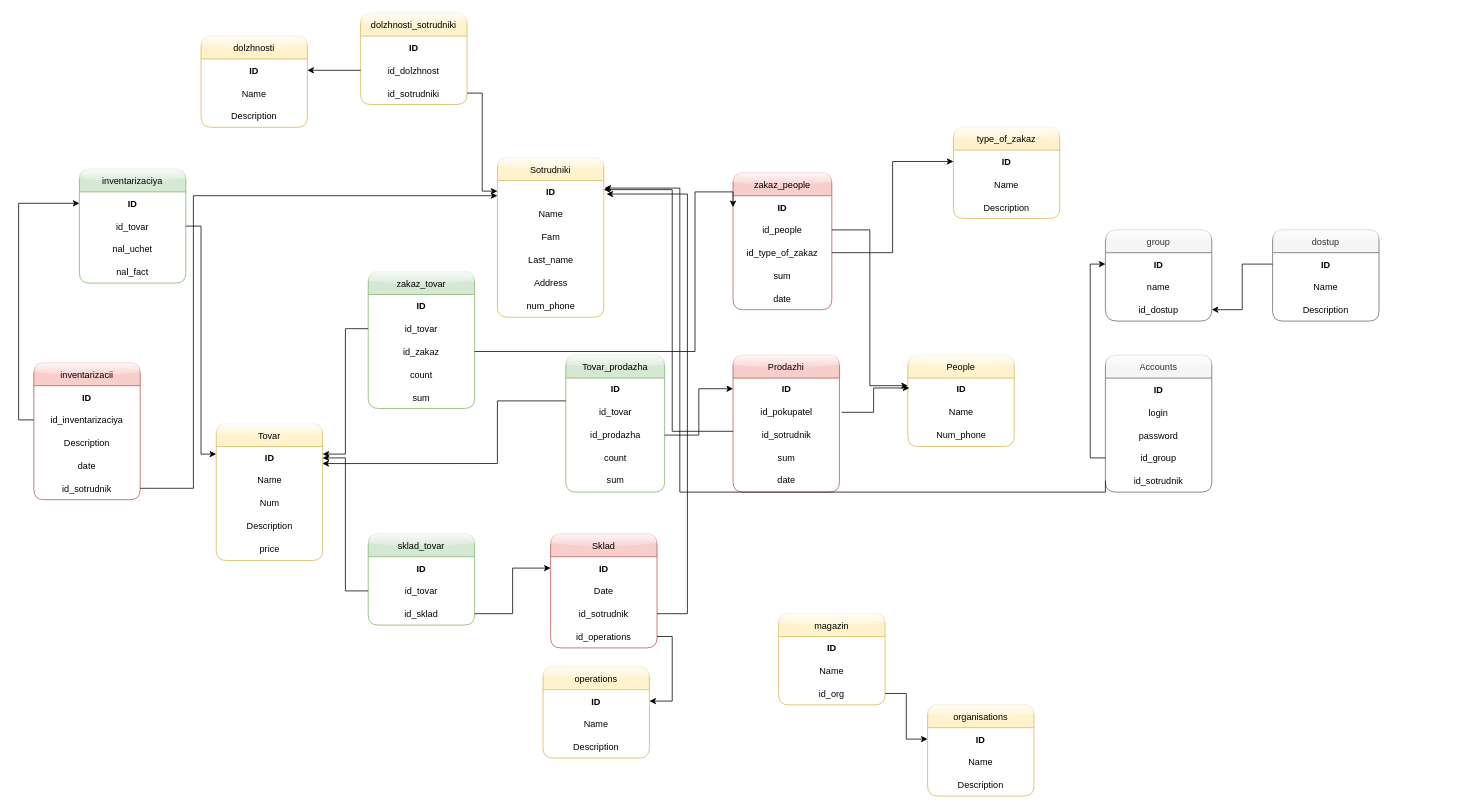
The draw.io diagram Диаграмма без названия.drawio in OGdanik/db_diagrams, before the edit. Source tidied: cells renumbered, new cells numbered last; positions are measured from the earlier drawing's top-left corner, leaving out a move shared by most shapes. Both pictures are drawn from the tidied source at 76%, with x=0, y=0 at pixel (33, 13).
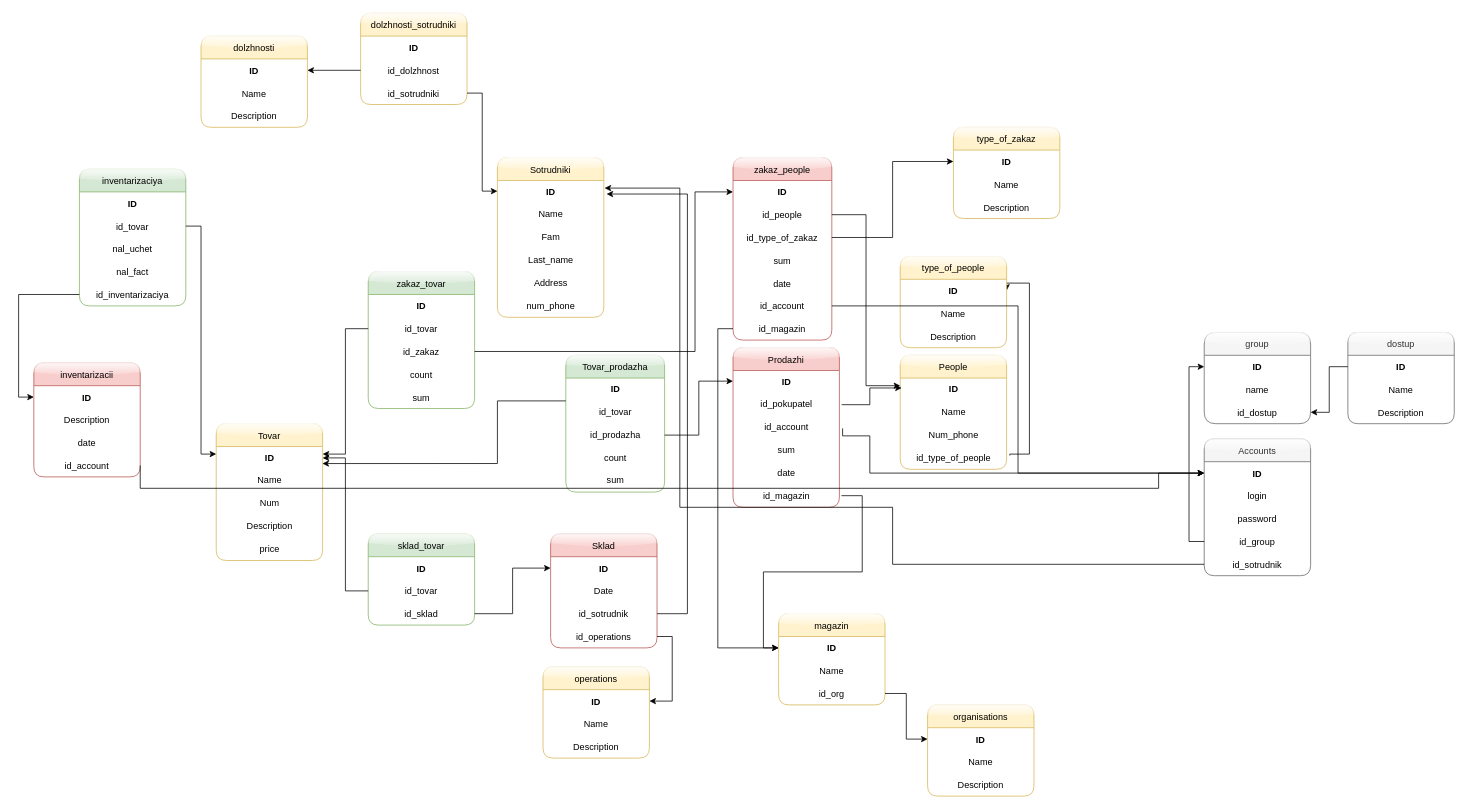
The same diagram, later.

Unchanged cells that the change refers to:
```xml
<mxCell id="27" value="&lt;div align=&quot;center&quot;&gt;&lt;b&gt;ID&lt;/b&gt;&lt;/div&gt;" style="text;html=1;align=center;verticalAlign=middle;points=[];strokeColor=none;fillColor=none;" parent="26" vertex="1">
  <mxGeometry y="30" width="140" height="30" as="geometry" />
</mxCell>
<mxCell id="82" value="ID" style="text;strokeColor=none;fillColor=none;align=center;verticalAlign=middle;spacingLeft=4;spacingRight=4;overflow=hidden;points=[[0,0.5],[1,0.5]];portConstraint=eastwest;rounded=1;shadow=0;glass=1;sketch=0;fontStyle=1;" parent="81" vertex="1">
  <mxGeometry y="30" width="140" height="30" as="geometry" />
</mxCell>
<mxCell id="88" value="ID" style="text;strokeColor=none;fillColor=none;align=center;verticalAlign=middle;spacingLeft=4;spacingRight=4;overflow=hidden;points=[[0,0.5],[1,0.5]];portConstraint=eastwest;rounded=1;shadow=0;glass=1;sketch=0;fontStyle=1;" parent="87" vertex="1">
  <mxGeometry y="30" width="140" height="30" as="geometry" />
</mxCell>
<mxCell id="96" value="ID" style="text;strokeColor=none;fillColor=none;align=center;verticalAlign=middle;spacingLeft=4;spacingRight=4;overflow=hidden;points=[[0,0.5],[1,0.5]];portConstraint=eastwest;rounded=1;shadow=0;glass=1;sketch=0;fontStyle=1;" parent="95" vertex="1">
  <mxGeometry y="30" width="140" height="30" as="geometry" />
</mxCell>
<mxCell id="100" value="id_sotrudnik" style="text;strokeColor=none;fillColor=none;align=center;verticalAlign=middle;spacingLeft=4;spacingRight=4;overflow=hidden;points=[[0,0.5],[1,0.5]];portConstraint=eastwest;rounded=1;shadow=0;glass=1;sketch=0;fontStyle=0;" parent="95" vertex="1">
  <mxGeometry y="150" width="140" height="30" as="geometry" />
</mxCell>
<mxCell id="117" value="ID" style="text;strokeColor=none;fillColor=none;align=center;verticalAlign=middle;spacingLeft=4;spacingRight=4;overflow=hidden;points=[[0,0.5],[1,0.5]];portConstraint=eastwest;rounded=1;shadow=0;glass=1;sketch=0;fontStyle=1;" parent="116" vertex="1">
  <mxGeometry y="30" width="140" height="30" as="geometry" />
</mxCell>
```

The edit, as a diff of the source:
```diff
@@
+    <mxCell id="122" style="edgeStyle=orthogonalEdgeStyle;rounded=0;jettySize=auto;html=1;entryX=1;entryY=0.5;entryDx=0;entryDy=0;exitX=1.03;exitY=0.395;exitDx=0;exitDy=0;exitPerimeter=0;" parent="1" edge="1" source="123" target="129">
+      <mxGeometry relative="1" as="geometry">
+        <Array as="points">
+          <mxPoint x="1284" y="580" />
+          <mxPoint x="1310" y="580" />
+          <mxPoint x="1310" y="355" />
+        </Array>
+      </mxGeometry>
+    </mxCell>
     <mxCell id="2" value="People" style="swimlane;fontStyle=0;horizontal=1;startSize=30;fillColor=#fff2cc;strokeColor=#d6b656;swimlaneFillColor=default;perimeterSpacing=1;rounded=1;shadow=0;sketch=0;glass=1;swimlaneLine=1;" parent="1" vertex="1">
-      <mxGeometry x="1150" y="450" width="140" height="120" as="geometry" />
+      <mxGeometry x="1140" y="450" width="140" height="150" as="geometry" />
     </mxCell>
@@
+    <mxCell id="123" value="id_type_of_people" style="text;html=1;align=center;verticalAlign=middle;points=[];strokeColor=none;fillColor=none;" parent="2" vertex="1">
+      <mxGeometry y="120" width="140" height="30" as="geometry" />
+    </mxCell>
@@
+    <mxCell id="124" style="edgeStyle=orthogonalEdgeStyle;rounded=0;jettySize=auto;html=1;exitX=1.03;exitY=0.538;exitDx=0;exitDy=0;entryX=0;entryY=0.5;entryDx=0;entryDy=0;exitPerimeter=0;" parent="1" edge="1" source="10" target="96">
+      <mxGeometry relative="1" as="geometry">
+        <Array as="points">
+          <mxPoint x="1100" y="556" />
+          <mxPoint x="1100" y="605" />
+        </Array>
+      </mxGeometry>
+    </mxCell>
     <mxCell id="7" value="Prodazhi" style="swimlane;fontStyle=0;horizontal=1;startSize=30;fillColor=#f8cecc;strokeColor=#b85450;swimlaneFillColor=default;rounded=1;shadow=0;sketch=0;glass=1;" parent="1" vertex="1">
-      <mxGeometry x="920" y="450" width="140" height="180" as="geometry" />
+      <mxGeometry x="920" y="440" width="140" height="210" as="geometry" />
     </mxCell>
@@
-    <mxCell id="10" value="id_sotrudnik" style="text;html=1;align=center;verticalAlign=middle;points=[];strokeColor=none;fillColor=none;" parent="7" vertex="1">
+    <mxCell id="10" value="id_account" style="text;html=1;align=center;verticalAlign=middle;points=[];strokeColor=none;fillColor=none;" parent="7" vertex="1">
       <mxGeometry y="90" width="140" height="30" as="geometry" />
     </mxCell>
@@
-    <mxCell id="12" value="date" style="text;html=1;align=center;verticalAlign=middle;strokeColor=none;fillColor=none;" parent="7" vertex="1">
+    <mxCell id="12" value="date" style="text;html=1;align=center;verticalAlign=middle;strokeColor=none;fillColor=none;rotation=0;" parent="7" vertex="1">
       <mxGeometry y="150" width="140" height="30" as="geometry" />
     </mxCell>
+    <mxCell id="125" value="id_magazin" style="text;html=1;align=center;verticalAlign=middle;points=[];strokeColor=none;fillColor=none;rotation=0;" parent="7" vertex="1">
+      <mxGeometry y="180" width="140" height="30" as="geometry" />
+    </mxCell>
@@
-    <mxCell id="33" style="edgeStyle=orthogonalEdgeStyle;rounded=0;jettySize=auto;html=1;entryX=1;entryY=0.4;entryDx=0;entryDy=0;entryPerimeter=0;" parent="1" edge="1" source="10" target="27">
-      <mxGeometry relative="1" as="geometry">
-        <Array as="points">
-          <mxPoint x="840" y="550" />
-          <mxPoint x="840" y="232" />
-        </Array>
-      </mxGeometry>
-    </mxCell>
@@
     <mxCell id="61" value="zakaz_people" style="swimlane;fontStyle=0;horizontal=1;startSize=30;rounded=1;shadow=0;glass=1;sketch=0;fillColor=#f8cecc;strokeColor=#b85450;swimlaneFillColor=default;" parent="1" vertex="1">
-      <mxGeometry x="920" y="210" width="130" height="180" as="geometry" />
+      <mxGeometry x="920" y="190" width="130" height="240" as="geometry" />
     </mxCell>
@@
+    <mxCell id="126" value="id_account" style="text;strokeColor=none;fillColor=none;align=center;verticalAlign=middle;spacingLeft=4;spacingRight=4;overflow=hidden;points=[[0,0.5],[1,0.5]];portConstraint=eastwest;rounded=1;shadow=0;glass=1;sketch=0;fontStyle=0;" parent="61" vertex="1">
+      <mxGeometry y="180" width="130" height="30" as="geometry" />
+    </mxCell>
+    <mxCell id="127" value="id_magazin" style="text;strokeColor=none;fillColor=none;align=center;verticalAlign=middle;spacingLeft=4;spacingRight=4;overflow=hidden;points=[[0,0.5],[1,0.5]];portConstraint=eastwest;rounded=1;shadow=0;glass=1;sketch=0;fontStyle=0;" parent="61" vertex="1">
+      <mxGeometry y="210" width="130" height="30" as="geometry" />
+    </mxCell>
@@
     <mxCell id="81" value="inventarizaciya" style="swimlane;fontStyle=0;horizontal=1;startSize=30;rounded=1;shadow=0;glass=1;sketch=0;fillColor=#d5e8d4;strokeColor=#82b366;swimlaneFillColor=default;" parent="1" vertex="1">
-      <mxGeometry x="60" y="205" width="140" height="150" as="geometry" />
+      <mxGeometry x="60" y="205" width="140" height="180" as="geometry" />
     </mxCell>
@@
+    <mxCell id="89" value="id_inventarizaciya" style="text;strokeColor=none;fillColor=none;align=center;verticalAlign=middle;spacingLeft=4;spacingRight=4;overflow=hidden;points=[[0,0.5],[1,0.5]];portConstraint=eastwest;rounded=1;shadow=0;glass=1;sketch=0;fontStyle=0;" parent="81" vertex="1">
+      <mxGeometry y="150" width="140" height="30" as="geometry" />
+    </mxCell>
@@
     <mxCell id="87" value="inventarizacii" style="swimlane;fontStyle=0;horizontal=1;startSize=30;rounded=1;shadow=0;glass=1;sketch=0;fillColor=#f8cecc;strokeColor=#b85450;swimlaneFillColor=default;" parent="1" vertex="1">
-      <mxGeometry y="460" width="140" height="180" as="geometry" />
+      <mxGeometry y="460" width="140" height="150" as="geometry" />
     </mxCell>
@@
-    <mxCell id="89" value="id_inventarizaciya" style="text;strokeColor=none;fillColor=none;align=center;verticalAlign=middle;spacingLeft=4;spacingRight=4;overflow=hidden;points=[[0,0.5],[1,0.5]];portConstraint=eastwest;rounded=1;shadow=0;glass=1;sketch=0;fontStyle=0;" parent="87" vertex="1">
-      <mxGeometry y="60" width="140" height="30" as="geometry" />
-    </mxCell>
     <mxCell id="90" value="Description" style="text;strokeColor=none;fillColor=none;align=center;verticalAlign=middle;spacingLeft=4;spacingRight=4;overflow=hidden;rounded=1;shadow=0;glass=1;sketch=0;fontStyle=0;" parent="87" vertex="1">
-      <mxGeometry y="90" width="140" height="30" as="geometry" />
+      <mxGeometry y="60" width="140" height="30" as="geometry" />
     </mxCell>
     <mxCell id="91" value="date" style="text;strokeColor=none;fillColor=none;align=center;verticalAlign=middle;spacingLeft=4;spacingRight=4;overflow=hidden;rounded=1;shadow=0;glass=1;sketch=0;fontStyle=0;" parent="87" vertex="1">
-      <mxGeometry y="120" width="140" height="30" as="geometry" />
+      <mxGeometry y="90" width="140" height="30" as="geometry" />
     </mxCell>
-    <mxCell id="92" value="id_sotrudnik" style="text;strokeColor=none;fillColor=none;align=center;verticalAlign=middle;spacingLeft=4;spacingRight=4;overflow=hidden;points=[[0,0.5],[1,0.5]];portConstraint=eastwest;rounded=1;shadow=0;glass=1;sketch=0;fontStyle=0;" parent="87" vertex="1">
-      <mxGeometry y="150" width="140" height="30" as="geometry" />
+    <mxCell id="92" value="id_account" style="text;strokeColor=none;fillColor=none;align=center;verticalAlign=middle;spacingLeft=4;spacingRight=4;overflow=hidden;points=[[0,0.5],[1,0.5]];portConstraint=eastwest;rounded=1;shadow=0;glass=1;sketch=0;fontStyle=0;" parent="87" vertex="1">
+      <mxGeometry y="120" width="140" height="30" as="geometry" />
     </mxCell>
-    <mxCell id="93" style="edgeStyle=orthogonalEdgeStyle;rounded=0;jettySize=auto;html=1;exitX=0;exitY=0.5;exitDx=0;exitDy=0;entryX=0;entryY=0.5;entryDx=0;entryDy=0;" parent="1" edge="1" source="89" target="82">
-      <mxGeometry relative="1" as="geometry" />
-    </mxCell>
@@
     <mxCell id="95" value="Accounts" style="swimlane;fontStyle=0;horizontal=1;startSize=30;rounded=1;shadow=0;glass=1;sketch=0;fillColor=#f5f5f5;strokeColor=#666666;swimlaneFillColor=default;fontColor=#333333;" parent="1" vertex="1">
-      <mxGeometry x="1410" y="450" width="140" height="180" as="geometry" />
+      <mxGeometry x="1540" y="560" width="140" height="180" as="geometry" />
     </mxCell>
@@
     <mxCell id="101" value="group" style="swimlane;fontStyle=0;horizontal=1;startSize=30;rounded=1;shadow=0;glass=1;sketch=0;fillColor=#f5f5f5;strokeColor=#666666;swimlaneFillColor=default;fontColor=#333333;arcSize=17;" parent="1" vertex="1">
-      <mxGeometry x="1410" y="285" width="140" height="120" as="geometry" />
+      <mxGeometry x="1540" y="420" width="140" height="120" as="geometry" />
     </mxCell>
@@
     <mxCell id="105" value="dostup" style="swimlane;fontStyle=0;horizontal=1;startSize=30;rounded=1;shadow=0;glass=1;sketch=0;fillColor=#f5f5f5;strokeColor=#666666;swimlaneFillColor=default;fontColor=#333333;" parent="1" vertex="1">
-      <mxGeometry x="1630" y="285" width="140" height="120" as="geometry" />
+      <mxGeometry x="1729" y="420" width="140" height="120" as="geometry" />
     </mxCell>
@@
-    <mxCell id="111" style="edgeStyle=orthogonalEdgeStyle;rounded=0;jettySize=auto;html=1;exitX=1;exitY=0.5;exitDx=0;exitDy=0;entryX=0;entryY=0.667;entryDx=0;entryDy=0;entryPerimeter=0;" parent="1" edge="1" source="92" target="27">
-      <mxGeometry relative="1" as="geometry">
-        <Array as="points">
-          <mxPoint x="210" y="625" />
-          <mxPoint x="210" y="240" />
-        </Array>
-      </mxGeometry>
-    </mxCell>
@@
     <mxCell id="121" style="edgeStyle=orthogonalEdgeStyle;rounded=0;jettySize=auto;html=1;exitX=0;exitY=0.5;exitDx=0;exitDy=0;" parent="1" edge="1" source="100">
       <mxGeometry relative="1" as="geometry">
         <mxPoint x="751" y="230" as="targetPoint" />
         <Array as="points">
-          <mxPoint x="1410" y="630" />
-          <mxPoint x="850" y="630" />
+          <mxPoint x="1130" y="725" />
+          <mxPoint x="1130" y="650" />
+          <mxPoint x="850" y="650" />
           <mxPoint x="850" y="230" />
         </Array>
       </mxGeometry>
     </mxCell>
+    <mxCell id="128" value="type_of_people" style="swimlane;fontStyle=0;horizontal=1;startSize=30;rounded=1;shadow=0;glass=1;sketch=0;gradientColor=none;fillColor=#fff2cc;strokeColor=#d6b656;swimlaneFillColor=default;" parent="1" vertex="1">
+      <mxGeometry x="1140" y="320" width="140" height="120" as="geometry" />
+    </mxCell>
+    <mxCell id="129" value="ID" style="text;strokeColor=none;fillColor=none;align=center;verticalAlign=middle;spacingLeft=4;spacingRight=4;overflow=hidden;points=[[0,0.5],[1,0.5]];portConstraint=eastwest;rounded=1;shadow=0;glass=1;sketch=0;fontStyle=1;" parent="128" vertex="1">
+      <mxGeometry y="30" width="140" height="30" as="geometry" />
+    </mxCell>
+    <mxCell id="130" value="Name" style="text;strokeColor=none;fillColor=none;align=center;verticalAlign=middle;spacingLeft=4;spacingRight=4;overflow=hidden;rounded=1;shadow=0;glass=1;sketch=0;fontStyle=0;" parent="128" vertex="1">
+      <mxGeometry y="60" width="140" height="30" as="geometry" />
+    </mxCell>
+    <mxCell id="131" value="Description" style="text;strokeColor=none;fillColor=none;align=center;verticalAlign=middle;spacingLeft=4;spacingRight=4;overflow=hidden;rounded=1;shadow=0;glass=1;sketch=0;fontStyle=0;" parent="128" vertex="1">
+      <mxGeometry y="90" width="140" height="30" as="geometry" />
+    </mxCell>
+    <mxCell id="132" style="edgeStyle=orthogonalEdgeStyle;rounded=0;jettySize=auto;html=1;exitX=1;exitY=0.5;exitDx=0;exitDy=0;entryX=0;entryY=0.5;entryDx=0;entryDy=0;" parent="1" edge="1" source="126" target="96">
+      <mxGeometry relative="1" as="geometry" />
+    </mxCell>
+    <mxCell id="133" style="edgeStyle=orthogonalEdgeStyle;rounded=0;jettySize=auto;html=1;exitX=1;exitY=0.5;exitDx=0;exitDy=0;entryX=0;entryY=0.5;entryDx=0;entryDy=0;" parent="1" edge="1" source="92" target="96">
+      <mxGeometry relative="1" as="geometry">
+        <Array as="points">
+          <mxPoint x="1480" y="625" />
+          <mxPoint x="1480" y="605" />
+        </Array>
+      </mxGeometry>
+    </mxCell>
+    <mxCell id="134" style="edgeStyle=orthogonalEdgeStyle;rounded=0;jettySize=auto;html=1;exitX=0;exitY=0.5;exitDx=0;exitDy=0;entryX=0;entryY=0.5;entryDx=0;entryDy=0;" parent="1" edge="1" source="89" target="88">
+      <mxGeometry relative="1" as="geometry" />
+    </mxCell>
+    <mxCell id="135" style="edgeStyle=orthogonalEdgeStyle;rounded=0;jettySize=auto;html=1;exitX=0;exitY=0.5;exitDx=0;exitDy=0;entryX=0;entryY=0.5;entryDx=0;entryDy=0;" parent="1" edge="1" source="127" target="117">
+      <mxGeometry relative="1" as="geometry" />
+    </mxCell>
+    <mxCell id="136" style="edgeStyle=orthogonalEdgeStyle;rounded=0;jettySize=auto;html=1;entryX=0;entryY=0.5;entryDx=0;entryDy=0;exitX=1.019;exitY=0.49;exitDx=0;exitDy=0;exitPerimeter=0;" parent="1" edge="1" source="125" target="117">
+      <mxGeometry relative="1" as="geometry">
+        <Array as="points">
+          <mxPoint x="1090" y="635" />
+          <mxPoint x="1090" y="735" />
+          <mxPoint x="960" y="735" />
+          <mxPoint x="960" y="835" />
+        </Array>
+      </mxGeometry>
+    </mxCell>
```
